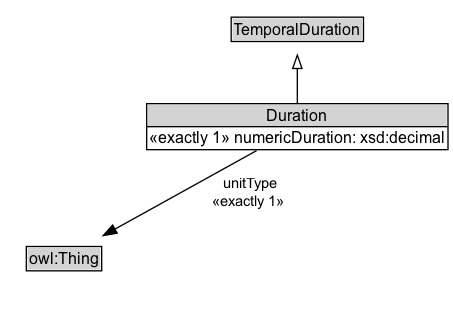
Above: docs/diagrams/Duration.dot.png in ISO-TC204/ontology-import-time (Graphviz), before the change. Its source is kept beside it as docs/diagrams/Duration.dot. The source it was exported from:
```dot
digraph {
	graph [overlap=false rankdir=TB splines=true]
	node [fontname=Arial fontsize=12 margin=0 shape=none]
	edge [fontname=Arial fontsize=11]
	{
		rank=max
		Duration [label=<<TABLE BORDER="1" CELLBORDER="0" CELLSPACING="0" CELLPADDING="1"><TR><TD BGCOLOR="lightgray" ALIGN="CENTER" PORT="e">Duration</TD></TR><HR/><TR><TD ALIGN="LEFT">«exactly 1» numericDuration: xsd:decimal</TD></TR></TABLE>> URL="../Duration" margin=0]
	}
	subgraph cluster_associated {
		label="" style=invis
		Invis [label=<<TABLE BORDER="0" CELLBORDER="0" CELLSPACING="0" CELLPADDING="1"><TR><TD></TD></TR></TABLE>> margin=0 style=invis]
		owl_Thing [label=<<TABLE BORDER="1" CELLBORDER="0" CELLSPACING="0" CELLPADDING="1"><TR><TD BGCOLOR="lightgray" ALIGN="CENTER">owl:Thing</TD></TR></TABLE>> margin=0]
	}
	TemporalDuration [label=<<TABLE BORDER="1" CELLBORDER="0" CELLSPACING="0" CELLPADDING="1"><TR><TD BGCOLOR="lightgray" ALIGN="CENTER">TemporalDuration</TD></TR></TABLE>> URL="../TemporalDuration" margin=0]
	Duration -> TemporalDuration [arrowhead=onormal style=solid]
	Duration -> Invis [style=invis]
	Invis -> owl_Thing [style=invis]
	Duration -> owl_Thing [label=" unitType
 «exactly 1»  " arrowhead=normal style=solid]
}
```
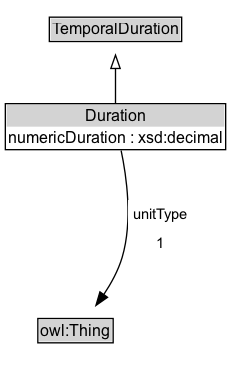
After the change.

The edit, as a diff of the source:
```diff
@@ -3,18 +3,21 @@
 	node [fontname=Arial fontsize=12 margin=0 shape=none]
 	edge [fontname=Arial fontsize=11]
 	{
+		rank=source
+		TemporalDuration [label=<<TABLE BORDER="1" CELLBORDER="0" CELLSPACING="0" CELLPADDING="1"><TR><TD BGCOLOR="lightgray" ALIGN="CENTER">TemporalDuration</TD></TR></TABLE>> URL="../TemporalDuration" margin=0]
+	}
+	Duration [label=<<TABLE BORDER="1" CELLBORDER="0" CELLSPACING="0" CELLPADDING="1"><TR><TD BGCOLOR="lightgray" ALIGN="CENTER">Duration</TD></TR><TR><TD ALIGN="LEFT">numericDuration : xsd:decimal</TD></TR></TABLE>> URL="../Duration" margin=0]
+	{
 		rank=max
-		Duration [label=<<TABLE BORDER="1" CELLBORDER="0" CELLSPACING="0" CELLPADDING="1"><TR><TD BGCOLOR="lightgray" ALIGN="CENTER" PORT="e">Duration</TD></TR><HR/><TR><TD ALIGN="LEFT">«exactly 1» numericDuration: xsd:decimal</TD></TR></TABLE>> URL="../Duration" margin=0]
 	}
 	subgraph cluster_associated {
 		label="" style=invis
 		Invis [label=<<TABLE BORDER="0" CELLBORDER="0" CELLSPACING="0" CELLPADDING="1"><TR><TD></TD></TR></TABLE>> margin=0 style=invis]
-		owl_Thing [label=<<TABLE BORDER="1" CELLBORDER="0" CELLSPACING="0" CELLPADDING="1"><TR><TD BGCOLOR="lightgray" ALIGN="CENTER">owl:Thing</TD></TR></TABLE>> margin=0]
+		owl_Thing [label=<<TABLE BORDER="1" CELLBORDER="0" CELLSPACING="0" CELLPADDING="1"><TR><TD BGCOLOR="lightgray" ALIGN="CENTER">owl:Thing</TD></TR></TABLE>> URL="https://w3id.org/citydata/imported/owl/latest/Thing" margin=0]
 	}
-	TemporalDuration [label=<<TABLE BORDER="1" CELLBORDER="0" CELLSPACING="0" CELLPADDING="1"><TR><TD BGCOLOR="lightgray" ALIGN="CENTER">TemporalDuration</TD></TR></TABLE>> URL="../TemporalDuration" margin=0]
 	Duration -> TemporalDuration [arrowhead=onormal style=solid]
 	Duration -> Invis [style=invis]
 	Invis -> owl_Thing [style=invis]
-	Duration -> owl_Thing [label=" unitType
- «exactly 1»  " arrowhead=normal style=solid]
+	owl_Thing [label=<<TABLE BORDER="1" CELLBORDER="0" CELLSPACING="0" CELLPADDING="1"><TR><TD BGCOLOR="lightgray" ALIGN="CENTER">owl:Thing</TD></TR></TABLE>> URL="https://w3id.org/citydata/imported/owl/latest/Thing" margin=0]
+	Duration -> owl_Thing [label=<<TABLE BORDER="0" CELLBORDER="0" CELLSPACING="0" CELLPADDING="4" BGCOLOR="white"><TR><TD ALIGN="CENTER">unitType</TD></TR><TR><TD ALIGN="CENTER">1</TD></TR></TABLE>> arrowhead=normal style=solid]
 }
```
